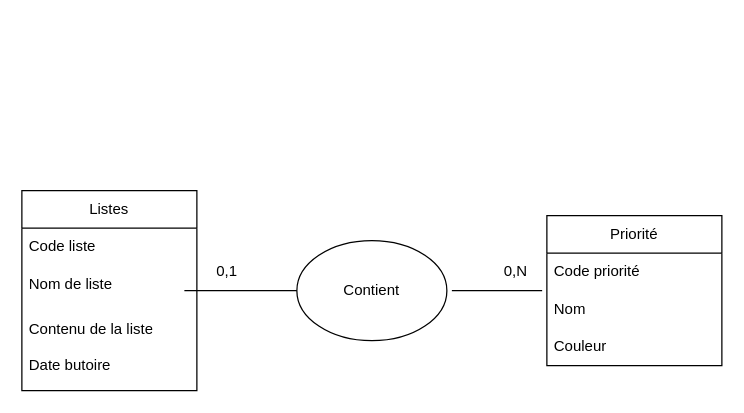
Earlier version of the draw.io diagram Ressources/mcd.drawio (murielralu/Exercice-Cr-ation-API-d-une-Todo-Liste-I). Source tidied: cells renumbered, new cells numbered last; positions are measured from the earlier drawing's top-left corner, leaving out a move shared by most shapes. Both pictures are drawn from the tidied source at 125%, with x=0, y=0 at pixel (21, 190).
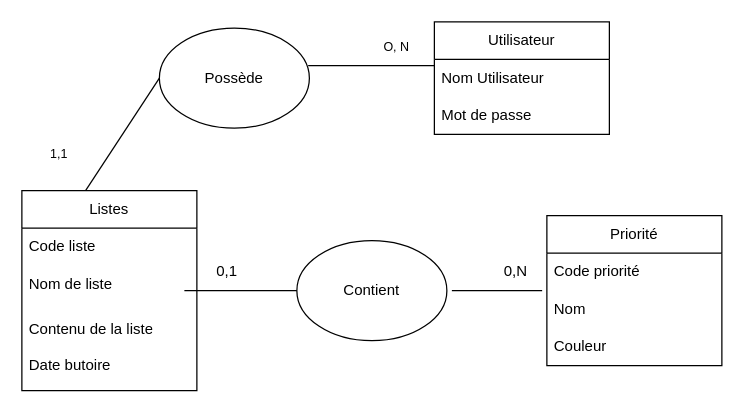
The same page after the edit.

Unchanged cells that the change refers to:
```xml
<mxCell id="2" value="Listes" style="swimlane;fontStyle=0;horizontal=1;startSize=30;whiteSpace=wrap;html=1;" parent="1" vertex="1">
  <mxGeometry width="140" height="160" as="geometry" />
</mxCell>
```

What changed in the source:
```diff
@@
+    <mxCell id="15" value="Utilisateur" style="swimlane;fontStyle=0;horizontal=1;startSize=30;whiteSpace=wrap;html=1;" parent="1" vertex="1">
+      <mxGeometry x="330" y="-135" width="140" height="90" as="geometry" />
+    </mxCell>
+    <mxCell id="16" value="Nom Utilisateur" style="text;strokeColor=none;fillColor=none;align=left;verticalAlign=middle;spacingLeft=4;spacingRight=4;overflow=hidden;whiteSpace=wrap;html=1;" parent="15" vertex="1">
+      <mxGeometry y="30" width="140" height="30" as="geometry" />
+    </mxCell>
+    <mxCell id="17" value="Mot de passe" style="text;strokeColor=none;fillColor=none;align=left;verticalAlign=middle;spacingLeft=4;spacingRight=4;overflow=hidden;whiteSpace=wrap;html=1;" parent="15" vertex="1">
+      <mxGeometry y="60" width="140" height="30" as="geometry" />
+    </mxCell>
+    <mxCell id="18" value="Possède" style="ellipse;whiteSpace=wrap;html=1;" parent="1" vertex="1">
+      <mxGeometry x="110" y="-130" width="120" height="80" as="geometry" />
+    </mxCell>
+    <mxCell id="19" style="endArrow=none;html=1;exitX=0.364;exitY=0;exitDx=0;exitDy=0;exitPerimeter=0;entryX=0;entryY=0.5;entryDx=0;entryDy=0;" parent="1" edge="1" source="2" target="18">
+      <mxGeometry relative="1" as="geometry" />
+    </mxCell>
+    <mxCell id="20" style="endArrow=none;html=1;exitX=0.992;exitY=0.375;exitDx=0;exitDy=0;exitPerimeter=0;" parent="1" edge="1" source="18" target="21">
+      <mxGeometry relative="1" as="geometry">
+        <Array as="points">
+          <mxPoint x="330" y="-100" />
+        </Array>
+      </mxGeometry>
+    </mxCell>
+    <mxCell id="21" value="O, N" style="text;strokeColor=none;align=center;fillColor=none;html=1;verticalAlign=middle;whiteSpace=wrap;rounded=0;fontSize=10;" parent="1" vertex="1">
+      <mxGeometry x="270" y="-130" width="60" height="30" as="geometry" />
+    </mxCell>
+    <mxCell id="22" value="1,1" style="text;strokeColor=none;align=center;fillColor=none;html=1;verticalAlign=middle;whiteSpace=wrap;rounded=0;fontSize=10;" parent="1" vertex="1">
+      <mxGeometry y="-45" width="60" height="30" as="geometry" />
+    </mxCell>
```
